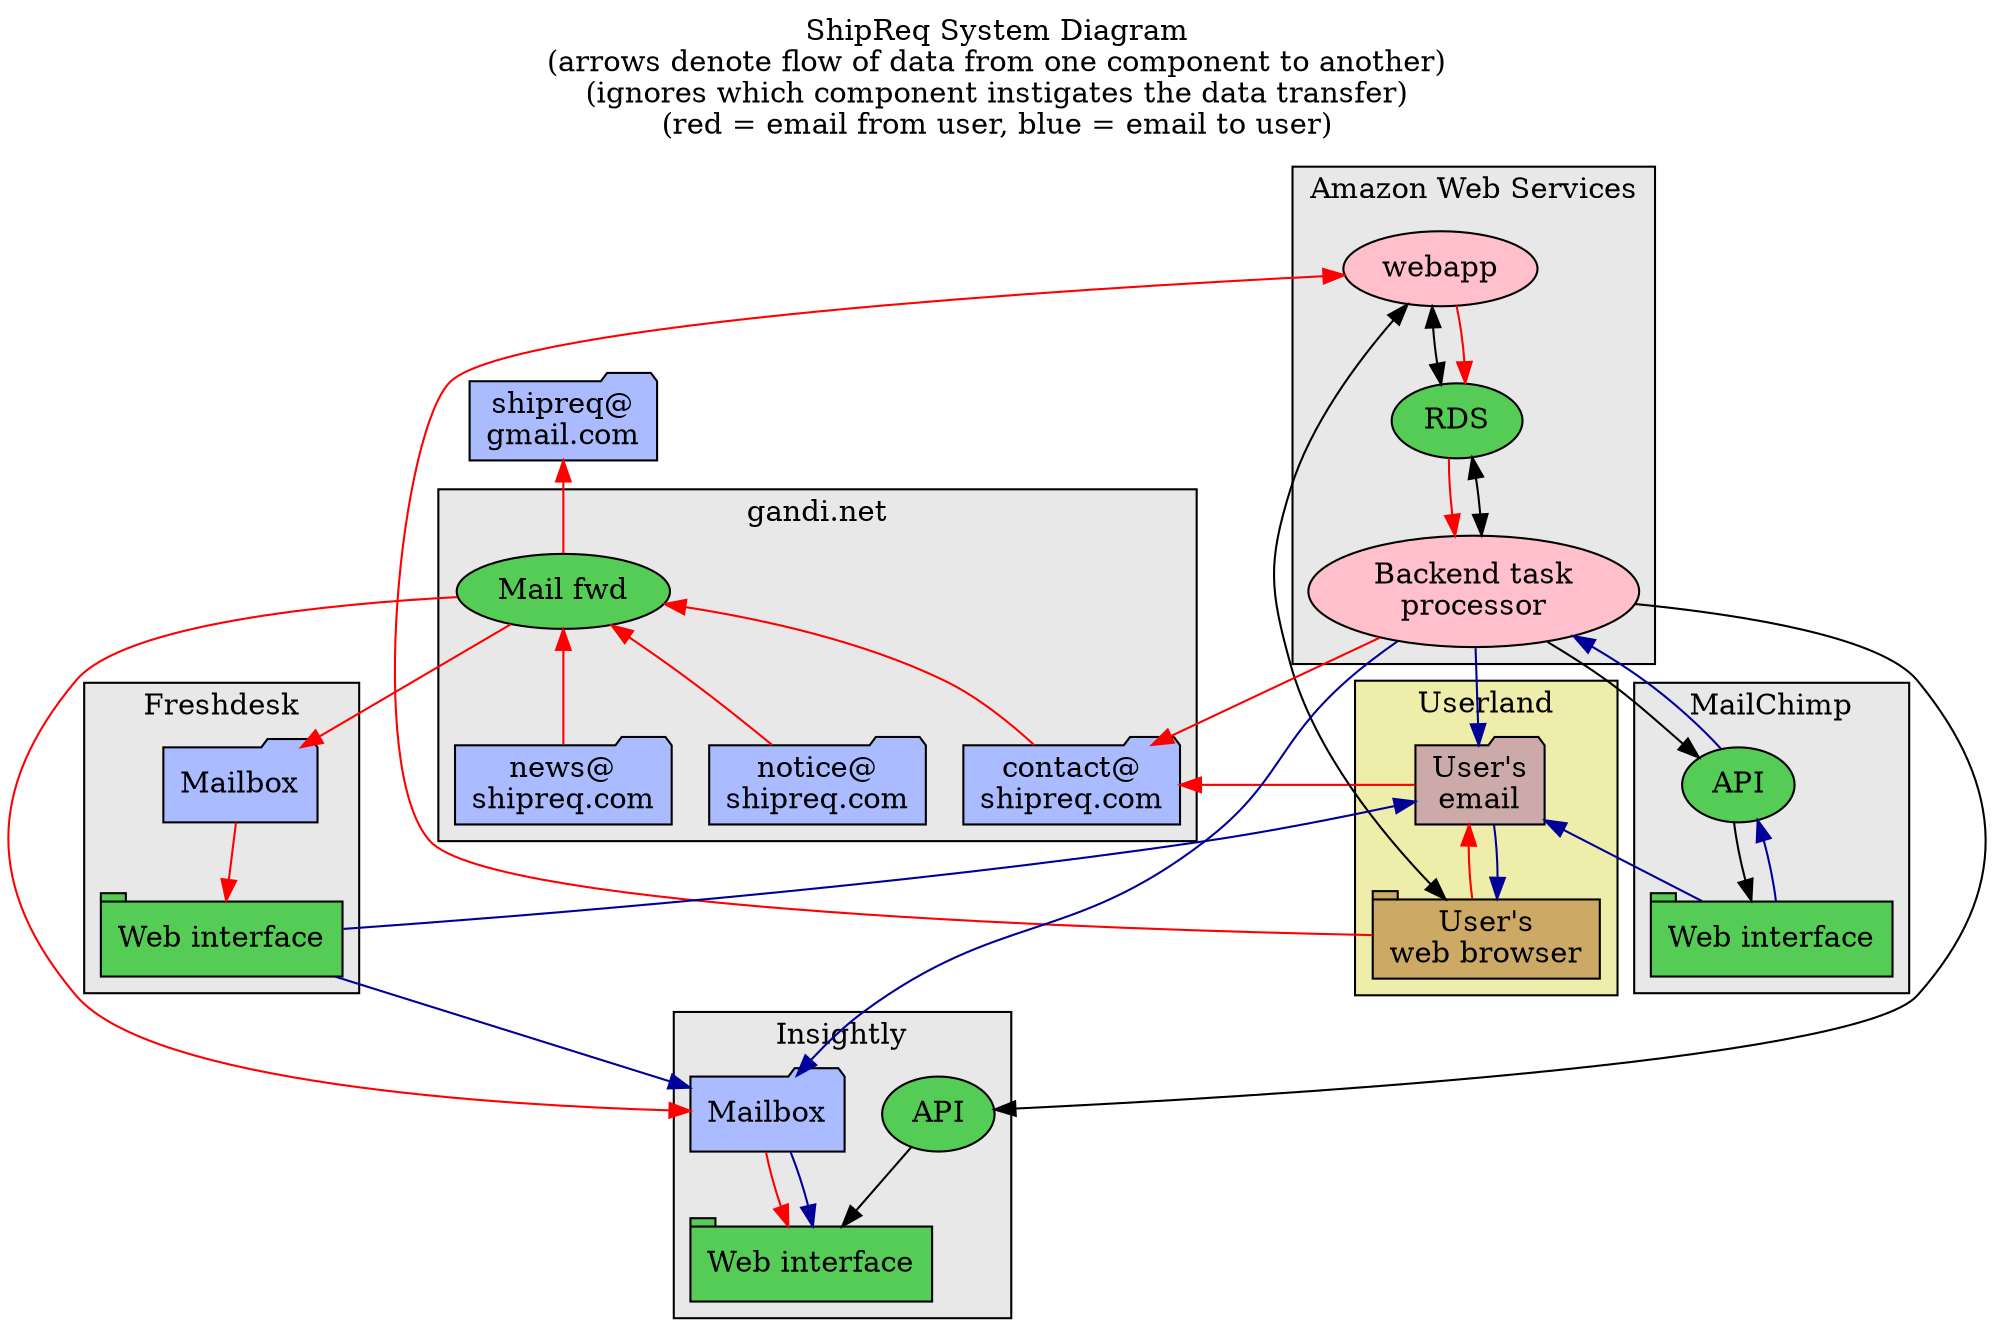
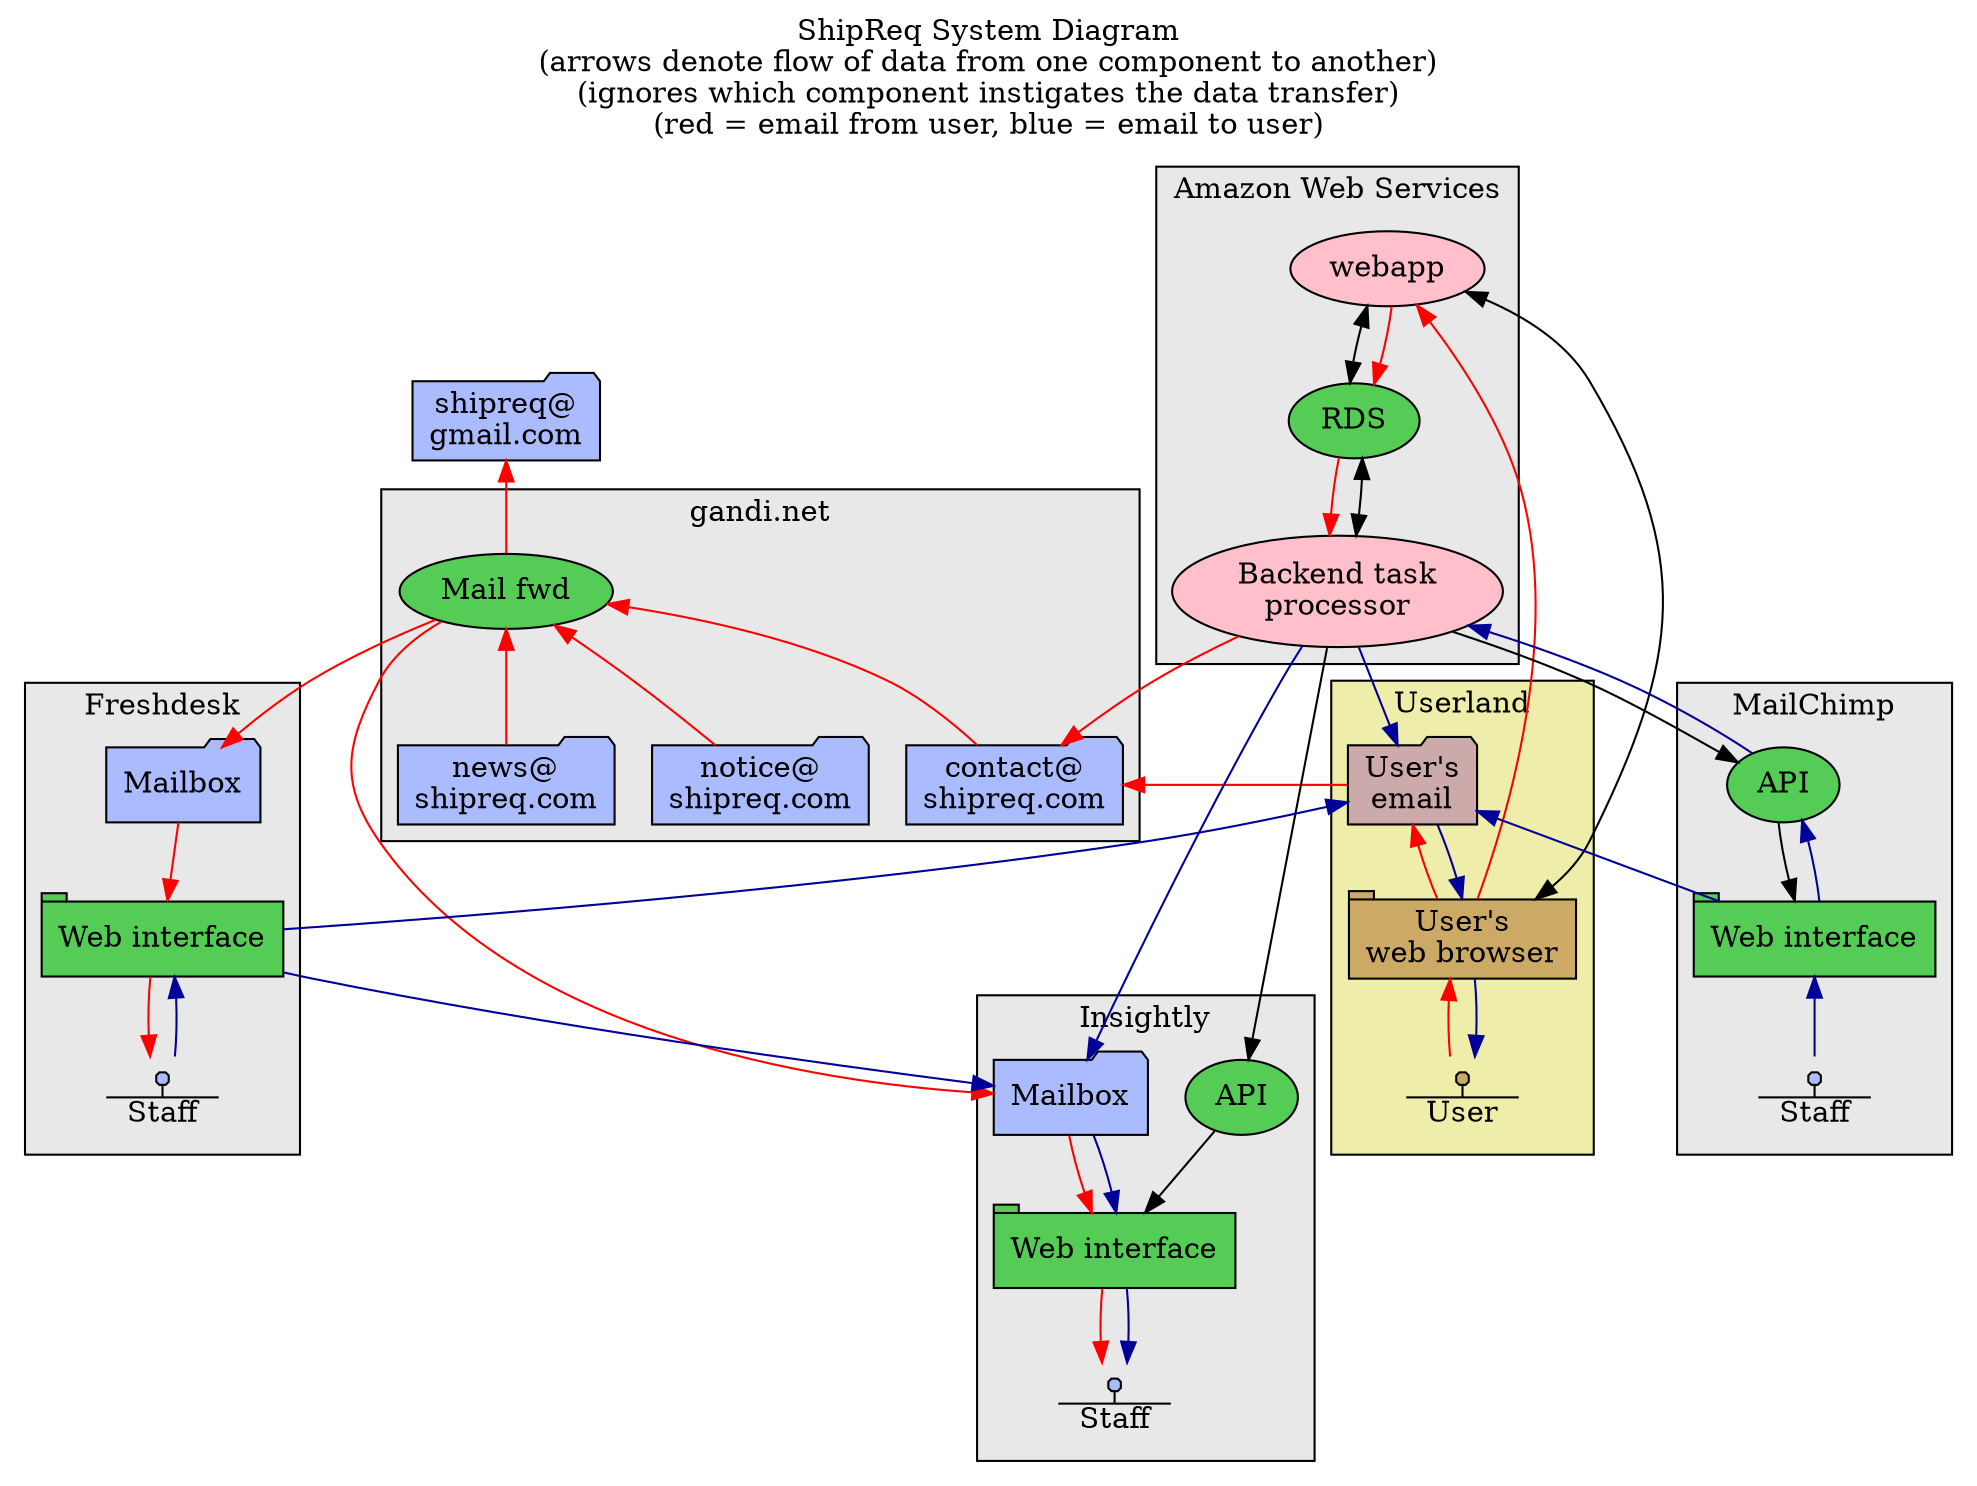
digraph G {
  compound=true
  labelloc=t
  label="ShipReq System Diagram\n(arrows denote flow of data from one component to another)\n(ignores which component instigates the data transfer)\n(red = email from user, blue = email to user)\n"
  style=filled fillcolor="#e2ffe2"
  node [style=filled fillcolor="#55cc55"]
  // edge [minlen=2]

  // -----------------------------------------------------------------------------------------------

  gmail [label="shipreq@\ngmail.com" shape=folder style=filled fillcolor="#aabbff"]

  subgraph cluster_usr {
    style=filled
    fillcolor="#eeeeaa"
    node [style=filled fillcolor="#ccaa66"]
- 
    label="Userland"
    usr_web [label="User's\nweb browser" shape=tab]
    usr_mail [label="User's\nemail" shape=folder fillcolor="#ccaaaa"]
+     usr [shape=proteinstab style=filled label="\nUser"]
  }
+ 
  subgraph cluster_gandi {
    fillcolor="#e8e8e8"
    label="gandi.net"
-     // gandi_dns [label="DNS"]
    gandi_mx [label="Mail fwd"]
    ea_contact [label="contact@\nshipreq.com" shape=folder style=filled fillcolor="#aabbff"]
    ea_news [label="news@\nshipreq.com" shape=folder style=filled fillcolor="#aabbff"]
    ea_notice [label="notice@\nshipreq.com" shape=folder style=filled fillcolor="#aabbff"]
  }

  subgraph cluster_aws {
    fillcolor="#e8e8e8"
    label="Amazon Web Services"
-     // aws_r53 [label="Route 53"]
    aws_rds [label="RDS"]
    {node[fillcolor=pink]
      wb  [label="webapp"]
      worker [label="Backend task\nprocessor"]
    }
  }

  subgraph cluster_mc {
    fillcolor="#e8e8e8"
    label="MailChimp"
    mc_api [label="API"]
    mc_web [label="Web interface" shape=tab]
+     mc_staff [shape=proteinstab style=filled fillcolor="#aabbff" label="\nStaff"]
  }

  subgraph cluster_fd {
    fillcolor="#e8e8e8"
    label="Freshdesk"
    fd_mail [label="Mailbox" shape=folder style=filled fillcolor="#aabbff"]
    fd_web [label="Web interface" shape=tab]
+     fd_staff [shape=proteinstab style=filled fillcolor="#aabbff" label="\nStaff"]
  }

  subgraph cluster_crm {
    fillcolor="#e8e8e8"
    label="Insightly"
    crm_mail [label="Mailbox" shape=folder style=filled fillcolor="#aabbff"]
    crm_web [label="Web interface" shape=tab]
    crm_api [label="API"]
+     crm_staff [shape=proteinstab style=filled fillcolor="#aabbff" label="\nStaff"]
  }

  // -----------------------------------------------------------------------------------------------

  wb -> aws_rds [dir=both]
  worker -> aws_rds [dir=both]
  worker -> mc_api
  worker -> crm_api [minlen=3] //[label="Push contact data\nLog MailChimp broadcasts"]
  crm_api -> crm_web
  mc_api -> mc_web
  wb -> usr_web [dir=both]

  // Email flows (incoming)
  {edge[color=red]
    usr_mail -> ea_contact
    gandi_mx -> ea_contact,ea_news,ea_notice [dir=back] //label="Catch"]
    gandi_mx -> fd_mail,crm_mail //[label="Fwd"]
    gmail -> gandi_mx [dir=back] //label="Fwd"]
    worker -> ea_contact
    fd_mail -> fd_web
    crm_mail -> crm_web
    usr_mail -> usr_web [dir=back]
    usr_web -> wb -> aws_rds -> worker
+     fd_web -> fd_staff
+     crm_web -> crm_staff
+     usr_web -> usr [dir=back]
  }

  // Email flows (outgoing)
  {edge[color="#000099"]
    mc_web -> usr_mail
    worker -> usr_mail
    worker -> crm_mail //[label="BCC" style=dashed]
    fd_web -> crm_mail //[label="Auto-BCC" style=dashed]
    fd_web -> usr_mail
    usr_mail -> usr_web
    crm_mail -> crm_web
    // mc_web -> mc_api -> worker
    worker -> mc_api -> mc_web [dir=back]
+     fd_web -> fd_staff [dir=back]
+     mc_web -> mc_staff [dir=back]
+     usr_web -> usr
+     crm_web -> crm_staff
  }

}
